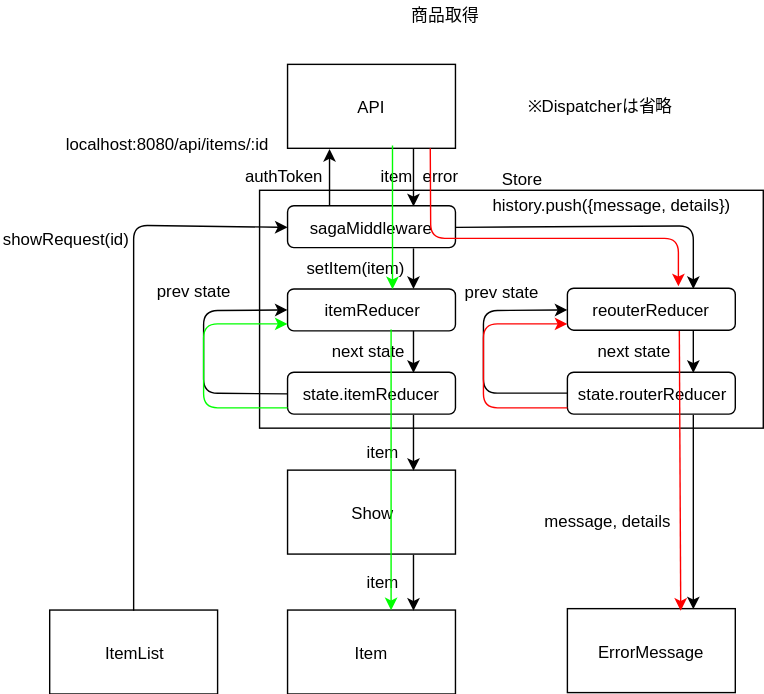
Before: diagram/dataFlow/show.svg, a diagram exported from draw.io (emgniddikur/react-app). Source tidied: cells renumbered, new cells last; positions are measured from the earlier drawing's top-left corner, leaving out a move shared by most shapes.
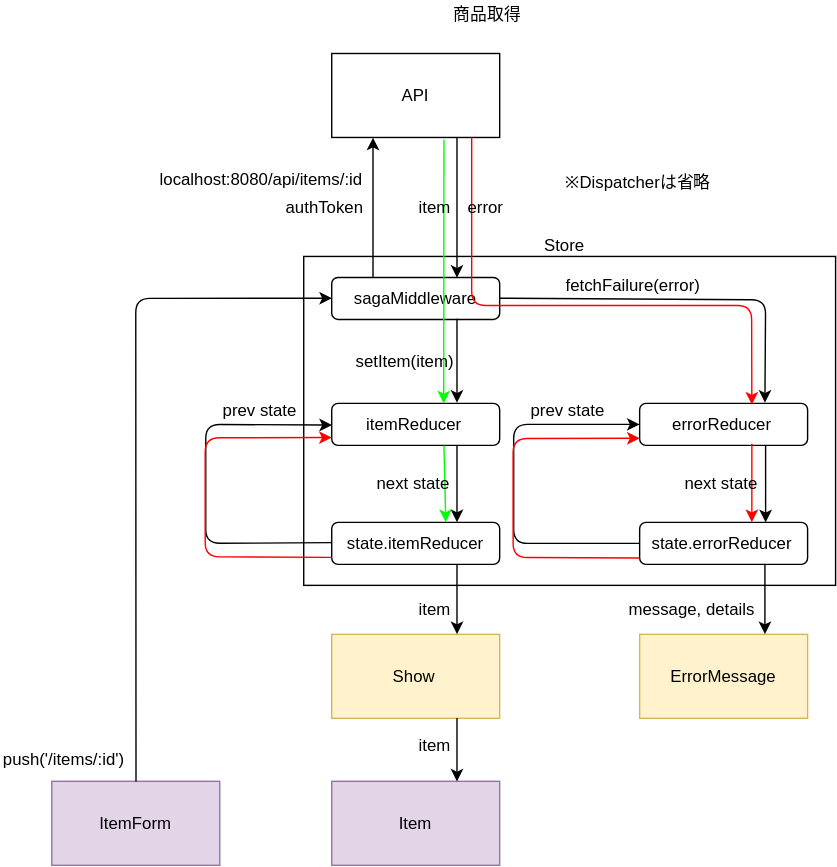
The same file after the commit.

The edit, as a diff of the source:
```diff
@@ -2,193 +2,192 @@
   <root>
     <mxCell id="0" />
     <mxCell id="1" parent="0" />
-    <mxCell id="2" value="※Dispatcherは省略" style="text;html=1;align=left;verticalAlign=top;spacingTop=-4;" parent="1" vertex="1">
-      <mxGeometry x="375" y="64.5" width="120" height="20" as="geometry" />
-    </mxCell>
-    <mxCell id="3" value="Show" style="rounded=0;whiteSpace=wrap;html=1;" parent="1" vertex="1">
-      <mxGeometry x="205" y="334.5" width="120" height="60" as="geometry" />
-    </mxCell>
-    <mxCell id="4" style="rounded=0;whiteSpace=wrap;html=1;" parent="1" vertex="1">
-      <mxGeometry x="185" y="134.5" width="360" height="170" as="geometry" />
-    </mxCell>
-    <mxCell id="5" value="Item" style="rounded=0;whiteSpace=wrap;html=1;" parent="1" vertex="1">
-      <mxGeometry x="205" y="434.5" width="120" height="60" as="geometry" />
-    </mxCell>
-    <mxCell id="6" style="endArrow=classic;html=1;entryX=0.75;entryY=0;entryDx=0;entryDy=0;exitX=0.75;exitY=1;exitDx=0;exitDy=0;" parent="1" edge="1" source="3" target="5">
-      <mxGeometry relative="1" as="geometry" />
-    </mxCell>
+    <mxCell id="48" style="rounded=0;whiteSpace=wrap;html=1;" parent="1" vertex="1">
+      <mxGeometry x="881.5" y="178.5" width="380" height="235" as="geometry" />
+    </mxCell>
+    <mxCell id="9" value="API&lt;br&gt;" style="rounded=0;whiteSpace=wrap;html=1;" parent="1" vertex="1">
+      <mxGeometry x="901.5" y="33.5" width="120" height="60" as="geometry" />
+    </mxCell>
+    <mxCell id="10" value="sagaMiddleware" style="rounded=1;whiteSpace=wrap;html=1;" parent="1" vertex="1">
+      <mxGeometry x="901.5" y="193.5" width="120" height="30" as="geometry" />
+    </mxCell>
     <mxCell id="7" style="endArrow=classic;html=1;entryX=0.25;entryY=1;entryDx=0;entryDy=0;exitX=0.25;exitY=0;exitDx=0;exitDy=0;" parent="1" edge="1" source="10" target="9">
       <mxGeometry relative="1" as="geometry" />
     </mxCell>
     <mxCell id="8" style="endArrow=classic;html=1;entryX=0.75;entryY=0;entryDx=0;entryDy=0;exitX=0.75;exitY=1;exitDx=0;exitDy=0;" parent="1" edge="1" source="9" target="10">
       <mxGeometry relative="1" as="geometry" />
     </mxCell>
-    <mxCell id="9" value="API&lt;br&gt;" style="rounded=0;whiteSpace=wrap;html=1;" parent="1" vertex="1">
-      <mxGeometry x="205" y="44.5" width="120" height="60" as="geometry" />
-    </mxCell>
-    <mxCell id="10" value="sagaMiddleware" style="rounded=1;whiteSpace=wrap;html=1;" parent="1" vertex="1">
-      <mxGeometry x="205" y="145.5" width="120" height="30" as="geometry" />
-    </mxCell>
+    <mxCell id="15" value="itemReducer" style="rounded=1;whiteSpace=wrap;html=1;" parent="1" vertex="1">
+      <mxGeometry x="901.5" y="283.5" width="120" height="30" as="geometry" />
+    </mxCell>
+    <mxCell id="14" style="endArrow=classic;html=1;entryX=0.75;entryY=0;entryDx=0;entryDy=0;exitX=0.75;exitY=1;exitDx=0;exitDy=0;" parent="1" edge="1" source="10" target="15">
+      <mxGeometry relative="1" as="geometry" />
+    </mxCell>
+    <mxCell id="27" value="authToken" style="text;html=1;align=left;verticalAlign=top;spacingTop=-4;" parent="1" vertex="1">
+      <mxGeometry x="866.5" y="133.5" width="70" height="20" as="geometry" />
+    </mxCell>
+    <mxCell id="39" value="localhost:8080/api/items/:id" style="text;html=1;align=left;verticalAlign=top;spacingTop=-4;" parent="1" vertex="1">
+      <mxGeometry x="776.5" y="113.5" width="160" height="20" as="geometry" />
+    </mxCell>
+    <mxCell id="49" value="errorReducer&lt;br&gt;" style="rounded=1;whiteSpace=wrap;html=1;" parent="1" vertex="1">
+      <mxGeometry x="1121.5" y="283.5" width="120" height="30" as="geometry" />
+    </mxCell>
+    <mxCell id="50" style="endArrow=classic;html=1;entryX=0.75;entryY=0;entryDx=0;entryDy=0;exitX=1;exitY=0.5;exitDx=0;exitDy=0;" parent="1" edge="1" source="10" target="49">
+      <mxGeometry relative="1" as="geometry">
+        <Array as="points">
+          <mxPoint x="1211.5" y="209.5" />
+        </Array>
+      </mxGeometry>
+    </mxCell>
     <mxCell id="11" value="state.itemReducer" style="rounded=1;whiteSpace=wrap;html=1;" parent="1" vertex="1">
-      <mxGeometry x="205" y="264.5" width="120" height="30" as="geometry" />
+      <mxGeometry x="901.5" y="368.5" width="120" height="30" as="geometry" />
     </mxCell>
-    <mxCell id="12" value="ItemList" style="rounded=0;whiteSpace=wrap;html=1;" parent="1" vertex="1">
-      <mxGeometry x="35" y="434.5" width="120" height="60" as="geometry" />
-    </mxCell>
-    <mxCell id="13" style="endArrow=classic;html=1;entryX=0;entryY=0.5;entryDx=0;entryDy=0;exitX=0.5;exitY=0;exitDx=0;exitDy=0;" parent="1" edge="1" source="12" target="10">
-      <mxGeometry relative="1" as="geometry">
-        <Array as="points">
-          <mxPoint x="95" y="159.5" />
-        </Array>
-      </mxGeometry>
-    </mxCell>
-    <mxCell id="14" style="endArrow=classic;html=1;entryX=0.75;entryY=0;entryDx=0;entryDy=0;exitX=0.75;exitY=1;exitDx=0;exitDy=0;" parent="1" edge="1" source="10" target="15">
-      <mxGeometry relative="1" as="geometry" />
-    </mxCell>
-    <mxCell id="15" value="itemReducer" style="rounded=1;whiteSpace=wrap;html=1;" parent="1" vertex="1">
-      <mxGeometry x="205" y="205" width="120" height="30" as="geometry" />
-    </mxCell>
-    <mxCell id="16" style="endArrow=classic;html=1;entryX=0.75;entryY=0;entryDx=0;entryDy=0;exitX=0.75;exitY=1;exitDx=0;exitDy=0;" parent="1" edge="1" source="15" target="11">
-      <mxGeometry relative="1" as="geometry" />
-    </mxCell>
+    <mxCell id="51" style="endArrow=classic;html=1;entryX=0.75;entryY=0;entryDx=0;entryDy=0;exitX=0.75;exitY=1;exitDx=0;exitDy=0;" parent="1" edge="1" source="15" target="11">
+      <mxGeometry relative="1" as="geometry" />
+    </mxCell>
     <mxCell id="17" style="endArrow=classic;html=1;entryX=0;entryY=0.5;entryDx=0;entryDy=0;exitX=0;exitY=0.5;exitDx=0;exitDy=0;" parent="1" edge="1" source="11" target="15">
       <mxGeometry relative="1" as="geometry">
         <Array as="points">
-          <mxPoint x="145" y="279.5" />
-          <mxPoint x="145" y="220.5" />
+          <mxPoint x="811.5" y="383.5" />
+          <mxPoint x="811.5" y="343.5" />
+          <mxPoint x="811.5" y="298.5" />
         </Array>
       </mxGeometry>
     </mxCell>
-    <mxCell id="18" value="reouterReducer&lt;br&gt;" style="rounded=1;whiteSpace=wrap;html=1;" parent="1" vertex="1">
-      <mxGeometry x="405" y="204.5" width="120" height="30" as="geometry" />
-    </mxCell>
-    <mxCell id="19" style="endArrow=classic;html=1;entryX=0.75;entryY=0;entryDx=0;entryDy=0;exitX=1;exitY=0.5;exitDx=0;exitDy=0;" parent="1" edge="1" source="10" target="18">
-      <mxGeometry relative="1" as="geometry">
-        <Array as="points">
-          <mxPoint x="495" y="160" />
-        </Array>
-      </mxGeometry>
-    </mxCell>
-    <mxCell id="20" value="state.routerReducer" style="rounded=1;whiteSpace=wrap;html=1;" parent="1" vertex="1">
-      <mxGeometry x="405" y="264.5" width="120" height="30" as="geometry" />
-    </mxCell>
-    <mxCell id="21" style="endArrow=classic;html=1;entryX=0;entryY=0.5;entryDx=0;entryDy=0;exitX=0;exitY=0.5;exitDx=0;exitDy=0;" parent="1" edge="1">
-      <mxGeometry relative="1" as="geometry">
-        <mxPoint x="405" y="279.5" as="sourcePoint" />
-        <mxPoint x="405" y="220" as="targetPoint" />
-        <Array as="points">
-          <mxPoint x="345" y="279.5" />
-          <mxPoint x="345" y="220.5" />
-        </Array>
-      </mxGeometry>
-    </mxCell>
-    <mxCell id="22" style="endArrow=classic;html=1;entryX=0.75;entryY=0;entryDx=0;entryDy=0;exitX=0.75;exitY=1;exitDx=0;exitDy=0;" parent="1" edge="1" source="18" target="20">
-      <mxGeometry relative="1" as="geometry" />
-    </mxCell>
+    <mxCell id="52" value="state.errorReducer" style="rounded=1;whiteSpace=wrap;html=1;" parent="1" vertex="1">
+      <mxGeometry x="1121.5" y="368.5" width="120" height="30" as="geometry" />
+    </mxCell>
+    <mxCell id="53" style="endArrow=classic;html=1;entryX=0.75;entryY=0;entryDx=0;entryDy=0;" parent="1" edge="1">
+      <mxGeometry relative="1" as="geometry">
+        <mxPoint x="1211.5" y="313.5" as="sourcePoint" />
+        <mxPoint x="1211.5" y="368.5" as="targetPoint" />
+      </mxGeometry>
+    </mxCell>
+    <mxCell id="54" value="prev state" style="text;html=1;align=left;verticalAlign=top;spacingTop=-4;" parent="1" vertex="1">
+      <mxGeometry x="821.5" y="278.5" width="70" height="20" as="geometry" />
+    </mxCell>
+    <mxCell id="55" style="endArrow=classic;html=1;entryX=0;entryY=0.5;entryDx=0;entryDy=0;exitX=0;exitY=0.5;exitDx=0;exitDy=0;" parent="1" edge="1">
+      <mxGeometry relative="1" as="geometry">
+        <mxPoint x="1121.5" y="383.5" as="sourcePoint" />
+        <mxPoint x="1121.5" y="298.5" as="targetPoint" />
+        <Array as="points">
+          <mxPoint x="1031.5" y="383.5" />
+          <mxPoint x="1031.5" y="343.5" />
+          <mxPoint x="1031.5" y="298.5" />
+        </Array>
+      </mxGeometry>
+    </mxCell>
+    <mxCell id="56" value="prev state" style="text;html=1;align=left;verticalAlign=top;spacingTop=-4;" parent="1" vertex="1">
+      <mxGeometry x="1041.5" y="278.5" width="70" height="20" as="geometry" />
+    </mxCell>
+    <mxCell id="57" value="fetchFailure(error)" style="text;html=1;align=left;verticalAlign=top;spacingTop=-4;" parent="1" vertex="1">
+      <mxGeometry x="1066.5" y="189.5" width="110" height="20" as="geometry" />
+    </mxCell>
+    <mxCell id="3" value="Show" style="rounded=0;whiteSpace=wrap;html=1;fillColor=#fff2cc;strokeColor=#d6b656;" parent="1" vertex="1">
+      <mxGeometry x="901.5" y="448.5" width="120" height="60" as="geometry" />
+    </mxCell>
+    <mxCell id="5" value="Item" style="rounded=0;whiteSpace=wrap;html=1;fillColor=#e1d5e7;strokeColor=#9673a6;" parent="1" vertex="1">
+      <mxGeometry x="901.5" y="553.5" width="120" height="60" as="geometry" />
+    </mxCell>
+    <mxCell id="58" value="ItemForm" style="rounded=0;whiteSpace=wrap;html=1;fillColor=#e1d5e7;strokeColor=#9673a6;" parent="1" vertex="1">
+      <mxGeometry x="701.5" y="553.5" width="120" height="60" as="geometry" />
+    </mxCell>
+    <mxCell id="35" value="ErrorMessage" style="rounded=0;whiteSpace=wrap;html=1;fillColor=#fff2cc;strokeColor=#d6b656;" parent="1" vertex="1">
+      <mxGeometry x="1121.5" y="448.5" width="120" height="60" as="geometry" />
+    </mxCell>
     <mxCell id="23" style="endArrow=classic;html=1;entryX=0.75;entryY=0;entryDx=0;entryDy=0;exitX=0.75;exitY=1;exitDx=0;exitDy=0;" parent="1" edge="1" source="11" target="3">
       <mxGeometry relative="1" as="geometry" />
     </mxCell>
+    <mxCell id="59" value="item" style="text;html=1;align=left;verticalAlign=top;spacingTop=-4;" parent="1" vertex="1">
+      <mxGeometry x="961.5" y="421" width="40" height="20" as="geometry" />
+    </mxCell>
+    <mxCell id="6" style="endArrow=classic;html=1;entryX=0.75;entryY=0;entryDx=0;entryDy=0;exitX=0.75;exitY=1;exitDx=0;exitDy=0;" parent="1" edge="1" source="3" target="5">
+      <mxGeometry relative="1" as="geometry" />
+    </mxCell>
+    <mxCell id="60" style="endArrow=classic;html=1;entryX=0.75;entryY=0;entryDx=0;entryDy=0;exitX=0.75;exitY=1;exitDx=0;exitDy=0;" parent="1" edge="1" source="52" target="35">
+      <mxGeometry relative="1" as="geometry" />
+    </mxCell>
+    <mxCell id="37" value="message, details&lt;br&gt;" style="text;html=1;align=left;verticalAlign=top;spacingTop=-4;" parent="1" vertex="1">
+      <mxGeometry x="1111.5" y="421" width="110" height="20" as="geometry" />
+    </mxCell>
+    <mxCell id="61" value="item" style="text;html=1;align=left;verticalAlign=top;spacingTop=-4;" parent="1" vertex="1">
+      <mxGeometry x="961.5" y="517.5" width="40" height="20" as="geometry" />
+    </mxCell>
+    <mxCell id="62" style="endArrow=classic;html=1;entryX=0;entryY=0.5;entryDx=0;entryDy=0;exitX=0.5;exitY=0;exitDx=0;exitDy=0;" parent="1" edge="1" source="58" target="10">
+      <mxGeometry relative="1" as="geometry">
+        <Array as="points">
+          <mxPoint x="761.5" y="208.5" />
+        </Array>
+      </mxGeometry>
+    </mxCell>
+    <mxCell id="63" value="push('/items/:id')" style="text;html=1;align=left;verticalAlign=top;spacingTop=-4;" parent="1" vertex="1">
+      <mxGeometry x="665" y="527.5" width="100" height="20" as="geometry" />
+    </mxCell>
+    <mxCell id="64" style="endArrow=classic;html=1;strokeColor=#FF0000;entryX=0.667;entryY=0.013;entryDx=0;entryDy=0;entryPerimeter=0;" parent="1" edge="1" target="49">
+      <mxGeometry relative="1" as="geometry">
+        <mxPoint x="1001.5" y="93.5" as="sourcePoint" />
+        <Array as="points">
+          <mxPoint x="1001.5" y="213.5" />
+          <mxPoint x="1201.5" y="213.5" />
+        </Array>
+      </mxGeometry>
+    </mxCell>
+    <mxCell id="65" style="endArrow=classic;html=1;strokeColor=#FF0000;exitX=0.671;exitY=0.983;exitDx=0;exitDy=0;exitPerimeter=0;entryX=0.671;entryY=0;entryDx=0;entryDy=0;entryPerimeter=0;" parent="1" edge="1" source="49" target="52">
+      <mxGeometry relative="1" as="geometry" />
+    </mxCell>
+    <mxCell id="66" style="endArrow=classic;html=1;strokeColor=#00FF00;exitX=0.667;exitY=1.017;exitDx=0;exitDy=0;exitPerimeter=0;" parent="1" edge="1" source="9">
+      <mxGeometry relative="1" as="geometry">
+        <mxPoint x="981.5" y="283.5" as="targetPoint" />
+      </mxGeometry>
+    </mxCell>
+    <mxCell id="67" style="endArrow=classic;html=1;strokeColor=#00FF00;entryX=0.675;entryY=0;entryDx=0;entryDy=0;entryPerimeter=0;exitX=0.671;exitY=1;exitDx=0;exitDy=0;exitPerimeter=0;" parent="1" edge="1" source="15" target="11">
+      <mxGeometry relative="1" as="geometry" />
+    </mxCell>
+    <mxCell id="68" style="endArrow=classic;html=1;entryX=0;entryY=0.5;entryDx=0;entryDy=0;exitX=0;exitY=0.5;exitDx=0;exitDy=0;strokeColor=#FF0000;" parent="1" edge="1">
+      <mxGeometry relative="1" as="geometry">
+        <mxPoint x="901.5" y="393.5" as="sourcePoint" />
+        <mxPoint x="901.5" y="307.9" as="targetPoint" />
+        <Array as="points">
+          <mxPoint x="811.1" y="393.1" />
+          <mxPoint x="811.1" y="353.1" />
+          <mxPoint x="811.1" y="308.1" />
+        </Array>
+      </mxGeometry>
+    </mxCell>
+    <mxCell id="69" value="item" style="text;html=1;align=left;verticalAlign=top;spacingTop=-4;" parent="1" vertex="1">
+      <mxGeometry x="961.5" y="133.5" width="40" height="20" as="geometry" />
+    </mxCell>
+    <mxCell id="38" value="error" style="text;html=1;align=left;verticalAlign=top;spacingTop=-4;" parent="1" vertex="1">
+      <mxGeometry x="996.5" y="133.5" width="40" height="20" as="geometry" />
+    </mxCell>
+    <mxCell id="28" value="setItem(item)" style="text;html=1;align=left;verticalAlign=top;spacingTop=-4;" parent="1" vertex="1">
+      <mxGeometry x="916.5" y="243.5" width="90" height="20" as="geometry" />
+    </mxCell>
+    <mxCell id="70" value="next state" style="text;html=1;align=left;verticalAlign=top;spacingTop=-4;" parent="1" vertex="1">
+      <mxGeometry x="1151.5" y="331" width="70" height="20" as="geometry" />
+    </mxCell>
+    <mxCell id="71" value="next state" style="text;html=1;align=left;verticalAlign=top;spacingTop=-4;" parent="1" vertex="1">
+      <mxGeometry x="931.5" y="331" width="70" height="20" as="geometry" />
+    </mxCell>
+    <mxCell id="72" style="endArrow=classic;html=1;entryX=0;entryY=0.5;entryDx=0;entryDy=0;exitX=0;exitY=0.5;exitDx=0;exitDy=0;fillColor=#a20025;strokeColor=#FF0000;" parent="1" edge="1">
+      <mxGeometry relative="1" as="geometry">
+        <mxPoint x="1121.5" y="394" as="sourcePoint" />
+        <mxPoint x="1121.5" y="308.4" as="targetPoint" />
+        <Array as="points">
+          <mxPoint x="1031.1" y="393.6" />
+          <mxPoint x="1031.1" y="353.6" />
+          <mxPoint x="1031.1" y="308.6" />
+        </Array>
+      </mxGeometry>
+    </mxCell>
+    <mxCell id="2" value="※Dispatcherは省略" style="text;html=1;align=left;verticalAlign=top;spacingTop=-4;" parent="1" vertex="1">
+      <mxGeometry x="1066.5" y="116" width="120" height="20" as="geometry" />
+    </mxCell>
     <mxCell id="24" value="商品取得&lt;br&gt;" style="text;html=1;align=left;verticalAlign=top;spacingTop=-4;" parent="1" vertex="1">
-      <mxGeometry x="292" y="-0.5" width="60" height="20" as="geometry" />
+      <mxGeometry x="986.5" y="-4" width="60" height="20" as="geometry" />
     </mxCell>
-    <mxCell id="25" value="item" style="text;html=1;align=left;verticalAlign=top;spacingTop=-4;" parent="1" vertex="1">
-      <mxGeometry x="270" y="115" width="40" height="20" as="geometry" />
-    </mxCell>
-    <mxCell id="26" value="showRequest(id)" style="text;html=1;align=left;verticalAlign=top;spacingTop=-4;" parent="1" vertex="1">
-      <mxGeometry y="160" width="110" height="20" as="geometry" />
-    </mxCell>
-    <mxCell id="27" value="authToken" style="text;html=1;align=left;verticalAlign=top;spacingTop=-4;" parent="1" vertex="1">
-      <mxGeometry x="173" y="115" width="70" height="20" as="geometry" />
-    </mxCell>
-    <mxCell id="28" value="setItem(item)" style="text;html=1;align=left;verticalAlign=top;spacingTop=-4;" parent="1" vertex="1">
-      <mxGeometry x="217" y="180.5" width="90" height="20" as="geometry" />
-    </mxCell>
-    <mxCell id="29" value="prev state" style="text;html=1;align=left;verticalAlign=top;spacingTop=-4;" parent="1" vertex="1">
-      <mxGeometry x="110" y="197" width="70" height="20" as="geometry" />
-    </mxCell>
-    <mxCell id="30" value="next state" style="text;html=1;align=left;verticalAlign=top;spacingTop=-4;" parent="1" vertex="1">
-      <mxGeometry x="235" y="240" width="70" height="20" as="geometry" />
-    </mxCell>
-    <mxCell id="31" value="item" style="text;html=1;align=left;verticalAlign=top;spacingTop=-4;" parent="1" vertex="1">
-      <mxGeometry x="260" y="312" width="40" height="20" as="geometry" />
-    </mxCell>
-    <mxCell id="32" value="item" style="text;html=1;align=left;verticalAlign=top;spacingTop=-4;" parent="1" vertex="1">
-      <mxGeometry x="260" y="404.5" width="40" height="20" as="geometry" />
-    </mxCell>
-    <mxCell id="33" value="prev state" style="text;html=1;align=left;verticalAlign=top;spacingTop=-4;" parent="1" vertex="1">
-      <mxGeometry x="330" y="197.5" width="70" height="20" as="geometry" />
-    </mxCell>
-    <mxCell id="34" value="next state" style="text;html=1;align=left;verticalAlign=top;spacingTop=-4;" parent="1" vertex="1">
-      <mxGeometry x="425" y="240" width="70" height="20" as="geometry" />
-    </mxCell>
-    <mxCell id="35" value="ErrorMessage" style="rounded=0;whiteSpace=wrap;html=1;" parent="1" vertex="1">
-      <mxGeometry x="405" y="433.5" width="120" height="60" as="geometry" />
-    </mxCell>
-    <mxCell id="36" style="endArrow=classic;html=1;entryX=0.75;entryY=0;entryDx=0;entryDy=0;exitX=0.75;exitY=1;exitDx=0;exitDy=0;" parent="1" edge="1" source="20" target="35">
-      <mxGeometry relative="1" as="geometry" />
-    </mxCell>
-    <mxCell id="37" value="message, details" style="text;html=1;align=left;verticalAlign=top;spacingTop=-4;" parent="1" vertex="1">
-      <mxGeometry x="387" y="362" width="110" height="20" as="geometry" />
-    </mxCell>
-    <mxCell id="38" value="error" style="text;html=1;align=left;verticalAlign=top;spacingTop=-4;" parent="1" vertex="1">
-      <mxGeometry x="300" y="115" width="40" height="20" as="geometry" />
-    </mxCell>
-    <mxCell id="39" value="localhost:8080/api/items/:id" style="text;html=1;align=left;verticalAlign=top;spacingTop=-4;" parent="1" vertex="1">
-      <mxGeometry x="45" y="92" width="160" height="20" as="geometry" />
-    </mxCell>
-    <mxCell id="40" value="history.push({message, details})" style="text;html=1;align=left;verticalAlign=top;spacingTop=-4;" parent="1" vertex="1">
-      <mxGeometry x="350" y="136" width="190" height="20" as="geometry" />
-    </mxCell>
-    <mxCell id="41" style="endArrow=classic;html=1;strokeColor=#FF0000;exitX=0.858;exitY=1.017;exitDx=0;exitDy=0;exitPerimeter=0;entryX=0.667;entryY=-0.033;entryDx=0;entryDy=0;entryPerimeter=0;" parent="1" edge="1">
-      <mxGeometry relative="1" as="geometry">
-        <mxPoint x="307" y="104.5" as="sourcePoint" />
-        <mxPoint x="484.3" y="203.2" as="targetPoint" />
-        <Array as="points">
-          <mxPoint x="307.3" y="168.8" />
-          <mxPoint x="484.3" y="168.8" />
-        </Array>
-      </mxGeometry>
-    </mxCell>
-    <mxCell id="42" style="endArrow=classic;html=1;strokeColor=#FF0000;" parent="1" edge="1">
-      <mxGeometry relative="1" as="geometry">
-        <mxPoint x="405" y="290" as="sourcePoint" />
-        <mxPoint x="405" y="230" as="targetPoint" />
-        <Array as="points">
-          <mxPoint x="345" y="290" />
-          <mxPoint x="345" y="230" />
-        </Array>
-      </mxGeometry>
-    </mxCell>
-    <mxCell id="43" style="endArrow=classic;html=1;strokeColor=#FF0000;" parent="1" edge="1">
-      <mxGeometry relative="1" as="geometry">
-        <mxPoint x="485" y="235" as="sourcePoint" />
-        <mxPoint x="486" y="435" as="targetPoint" />
-      </mxGeometry>
-    </mxCell>
-    <mxCell id="44" style="endArrow=classic;html=1;strokeColor=#00FF00;exitX=0.667;exitY=0.983;exitDx=0;exitDy=0;exitPerimeter=0;" parent="1" edge="1">
-      <mxGeometry relative="1" as="geometry">
-        <mxPoint x="279" y="234" as="sourcePoint" />
-        <mxPoint x="279" y="434.7" as="targetPoint" />
-      </mxGeometry>
-    </mxCell>
-    <mxCell id="45" style="endArrow=classic;html=1;strokeColor=#00FF00;exitX=0.667;exitY=0.983;exitDx=0;exitDy=0;exitPerimeter=0;entryX=0.671;entryY=0.033;entryDx=0;entryDy=0;entryPerimeter=0;" parent="1" edge="1">
-      <mxGeometry relative="1" as="geometry">
-        <mxPoint x="280" y="102.5" as="sourcePoint" />
-        <mxPoint x="280" y="205.2" as="targetPoint" />
-      </mxGeometry>
-    </mxCell>
-    <mxCell id="46" style="endArrow=classic;html=1;strokeColor=#00FF00;" parent="1" edge="1">
-      <mxGeometry relative="1" as="geometry">
-        <mxPoint x="205" y="290" as="sourcePoint" />
-        <mxPoint x="205" y="230" as="targetPoint" />
-        <Array as="points">
-          <mxPoint x="145" y="290" />
-          <mxPoint x="145" y="230" />
-        </Array>
-      </mxGeometry>
-    </mxCell>
     <mxCell id="47" value="Store" style="text;html=1;strokeColor=none;fillColor=none;align=center;verticalAlign=middle;whiteSpace=wrap;rounded=0;" parent="1" vertex="1">
-      <mxGeometry x="352" y="116" width="40" height="20" as="geometry" />
+      <mxGeometry x="1046.5" y="159.5" width="40" height="20" as="geometry" />
     </mxCell>
   </root>
 </mxGraphModel>
```
